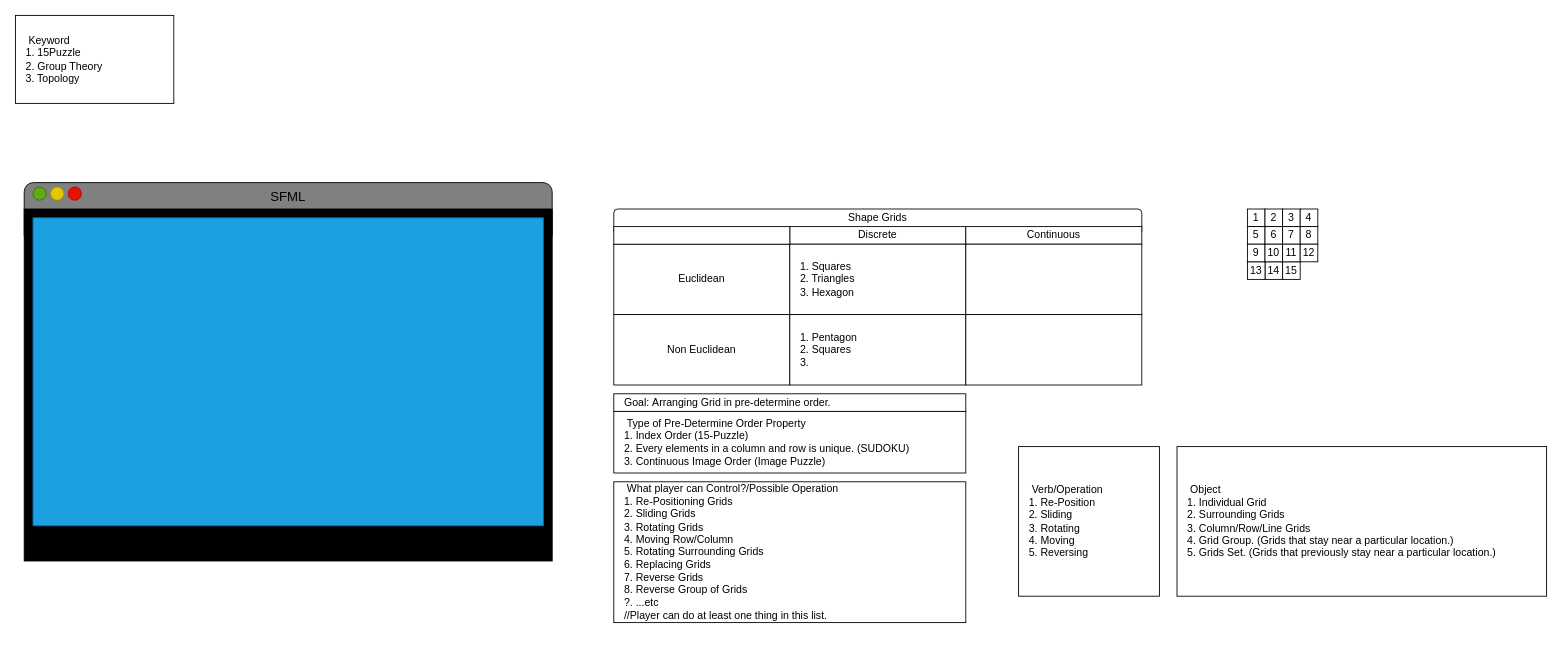
Above: SlidingImagePuzzle.drawio in NihilisticMotif/Draw10SoftwarePlanning (draw.io), before the change. Source tidied: cells renumbered, new cells numbered last; positions are measured from the earlier drawing's top-left corner, leaving out a move shared by most shapes. Both pictures are drawn from the tidied source at 88%, with x=0, y=0 at pixel (15, 15).
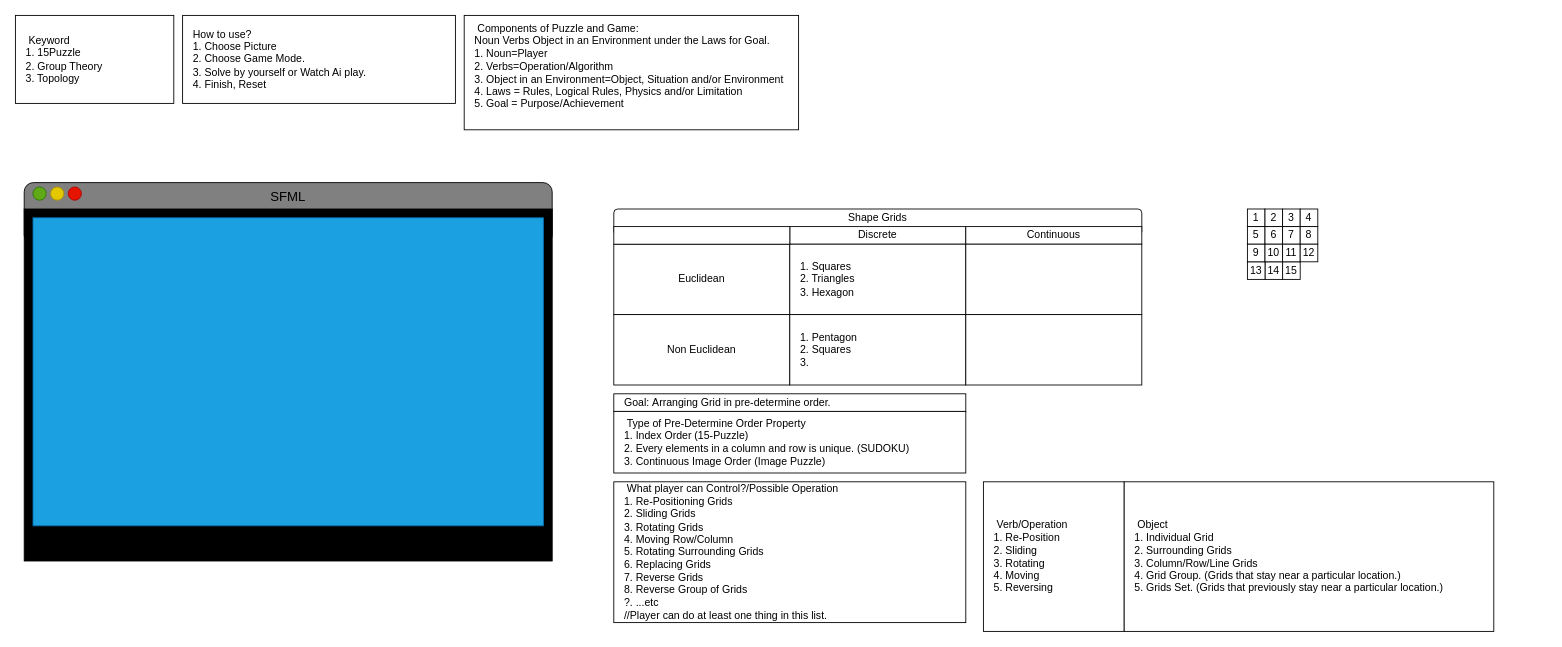
Above is the later version.

The edit, as a diff of the source:
```diff
@@
-    <mxCell id="26" value="&lt;span style=&quot;white-space: pre&quot;&gt; Verb/Operation&lt;br&gt;1. Re-Position&lt;br&gt;2. Sliding&lt;br&gt;3. Rotating&lt;br&gt;4. Moving&lt;br&gt;5. Reversing&lt;br&gt;&lt;/span&gt;" style="rounded=0;whiteSpace=wrap;html=1;fontSize=12;fillColor=#FFFFFF;align=left;spacingLeft=10;" parent="1" vertex="1">
-      <mxGeometry x="1140" y="490" width="160" height="170" as="geometry" />
-    </mxCell>
-    <mxCell id="27" value="&lt;span style=&quot;white-space: pre&quot;&gt;&lt;span style=&quot;white-space: pre&quot;&gt; Object&lt;br&gt;&lt;/span&gt;1. Individual Grid&lt;br&gt;2. Surrounding Grids&lt;br&gt;3. &lt;/span&gt;&lt;span style=&quot;white-space: pre&quot;&gt;Column/Row/Line Grids&lt;/span&gt;&lt;br&gt;&lt;span style=&quot;white-space: pre&quot;&gt;4. Grid Group. (Grids that stay near a particular location.)&lt;/span&gt;&lt;br&gt;&lt;span style=&quot;white-space: pre&quot;&gt;5. Grids Set. (Grids that previously stay near a particular location.)&lt;br&gt;&lt;/span&gt;" style="rounded=0;whiteSpace=wrap;html=1;fontSize=12;fillColor=#FFFFFF;align=left;spacingLeft=10;" parent="1" vertex="1">
-      <mxGeometry x="1320" y="490" width="420" height="170" as="geometry" />
-    </mxCell>
@@
+    <mxCell id="44" style="group;" parent="1" vertex="1">
+      <mxGeometry x="1100" y="530" width="580" height="170" as="geometry" />
+    </mxCell>
+    <mxCell id="26" value="&lt;span style=&quot;white-space: pre&quot;&gt; Verb/Operation&lt;br&gt;1. Re-Position&lt;br&gt;2. Sliding&lt;br&gt;3. Rotating&lt;br&gt;4. Moving&lt;br&gt;5. Reversing&lt;br&gt;&lt;/span&gt;" style="rounded=0;whiteSpace=wrap;html=1;fontSize=12;fillColor=#FFFFFF;align=left;spacingLeft=10;" parent="44" vertex="1">
+      <mxGeometry width="160" height="170" as="geometry" />
+    </mxCell>
+    <mxCell id="27" value="&lt;span style=&quot;white-space: pre&quot;&gt;&lt;span style=&quot;white-space: pre&quot;&gt; Object&lt;br&gt;&lt;/span&gt;1. Individual Grid&lt;br&gt;2. Surrounding Grids&lt;br&gt;3. &lt;/span&gt;&lt;span style=&quot;white-space: pre&quot;&gt;Column/Row/Line Grids&lt;/span&gt;&lt;br&gt;&lt;span style=&quot;white-space: pre&quot;&gt;4. Grid Group. (Grids that stay near a particular location.)&lt;/span&gt;&lt;br&gt;&lt;span style=&quot;white-space: pre&quot;&gt;5. Grids Set. (Grids that previously stay near a particular location.)&lt;br&gt;&lt;/span&gt;" style="rounded=0;whiteSpace=wrap;html=1;fontSize=12;fillColor=#FFFFFF;align=left;spacingLeft=10;" parent="44" vertex="1">
+      <mxGeometry x="160" width="420" height="170" as="geometry" />
+    </mxCell>
+    <mxCell id="45" value="&lt;span&gt; How to use?&lt;br&gt;1. Choose Picture&lt;br&gt;2. Choose Game Mode.&lt;br&gt;3. Solve by yourself or Watch Ai play.&lt;br&gt;4. Finish, Reset&lt;br&gt;&lt;/span&gt;" style="rounded=0;whiteSpace=wrap;html=1;align=left;spacingLeft=10;" parent="1" vertex="1">
+      <mxGeometry x="190" width="310" height="100" as="geometry" />
+    </mxCell>
+    <mxCell id="46" value="&lt;span style=&quot;white-space: pre&quot;&gt; Components of Puzzle and Game:&lt;br&gt;Noun Verbs Object in an Environment under the Laws for Goal.&lt;br&gt;1. Noun=Player&lt;br&gt;2. Verbs=Operation/Algorithm&lt;br&gt;3. Object in an Environment=Object, Situation and/or Environment&lt;br&gt;4. Laws = Rules, Logical Rules, Physics and/or Limitation&lt;br&gt;5. Goal = Purpose/Achievement&lt;br&gt;&lt;br&gt;&lt;/span&gt;" style="rounded=0;whiteSpace=wrap;html=1;align=left;spacingLeft=10;" parent="1" vertex="1">
+      <mxGeometry x="510" width="380" height="130" as="geometry" />
+    </mxCell>
```
